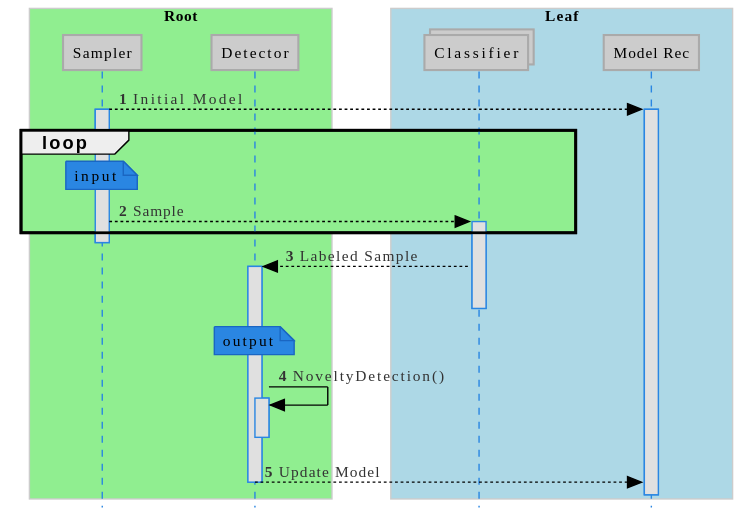
Earlier version of the PlantUML export figures/lifecycle.uml.svg (luis-puhl/minas-MPI-ICCSA-2021).
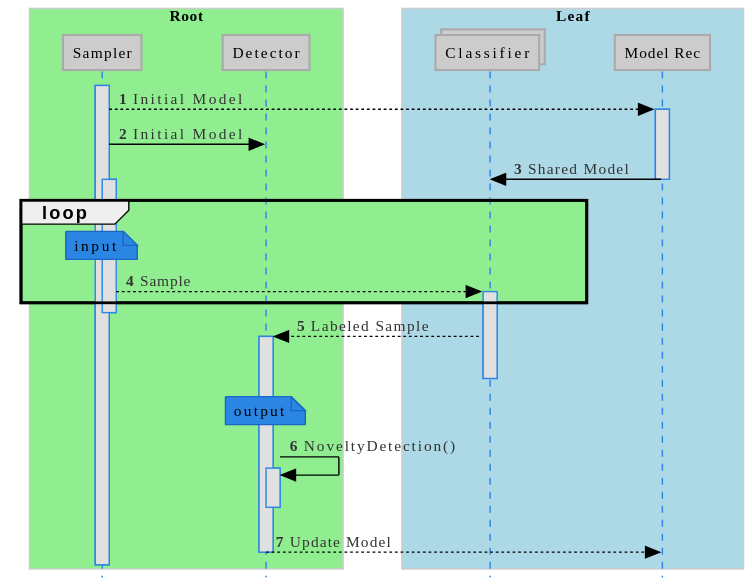
The same file after the commit.

Commit message:
uml figure compile

What changed in the source:
```diff
@@ -20,7 +20,11 @@
 
 
 
+activate s
 s --> m ++ : Initial Model
+s -> d : Initial Model
+c <- m : Shared Model
+deactivate m
 
 skinparam SequenceGroupBodyBackgroundColor #LightGreen
 group loop
```
